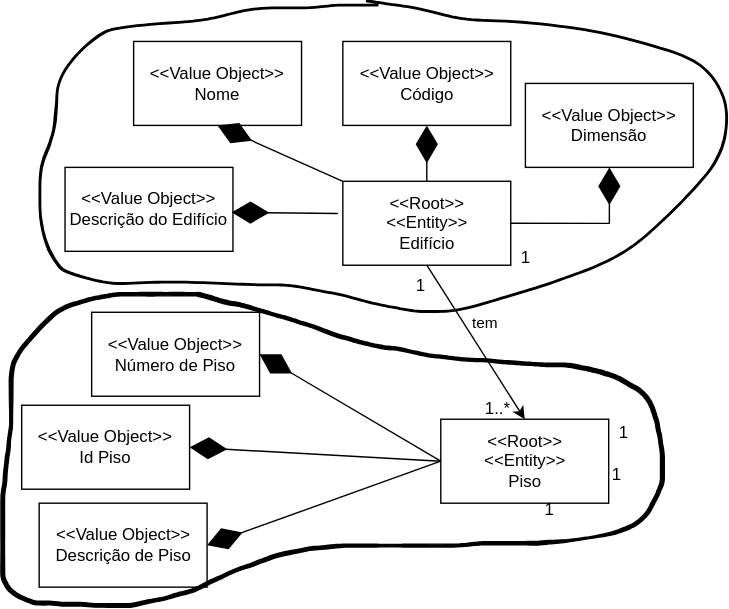
SEM5PI2324G58/sem5pi_g58_23_24 keeps this draw.io diagram as docs/Sprint_A/US190/DM_excerto.svg. Above is the earlier version. Source tidied: cells renumbered, new cells last; positions are measured from the earlier drawing's top-left corner, leaving out a move shared by most shapes. Source of this version:
```xml
<mxGraphModel>
  <root>
    <mxCell id="0" />
    <mxCell id="1" parent="0" />
    <mxCell id="2" value="&amp;lt;&amp;lt;Root&amp;gt;&amp;gt;&lt;br&gt;&amp;lt;&amp;lt;Entity&amp;gt;&amp;gt;&lt;br&gt;Edifício" style="rounded=0;whiteSpace=wrap;html=1;" parent="1" vertex="1">
      <mxGeometry x="244.5" y="128.9" width="120" height="60" as="geometry" />
    </mxCell>
    <mxCell id="3" value="&amp;lt;&amp;lt;Root&amp;gt;&amp;gt;&lt;br&gt;&amp;lt;&amp;lt;Entity&amp;gt;&amp;gt;&lt;br&gt;Piso" style="rounded=0;whiteSpace=wrap;html=1;" parent="1" vertex="1">
      <mxGeometry x="314.5" y="299" width="120" height="60" as="geometry" />
    </mxCell>
    <mxCell id="4" style="endArrow=classic;html=1;rounded=0;entryX=0.5;entryY=0;entryDx=0;entryDy=0;exitX=0.5;exitY=1;exitDx=0;exitDy=0;" parent="1" edge="1" source="2" target="3">
      <mxGeometry relative="1" as="geometry" />
    </mxCell>
    <mxCell id="5" value="tem" style="edgeLabel;html=1;align=center;verticalAlign=middle;labelBackgroundColor=none;" parent="4" vertex="1">
      <mxGeometry x="-0.03" y="1" relative="1" as="geometry">
        <mxPoint x="6" y="-12" as="offset" />
      </mxGeometry>
    </mxCell>
    <mxCell id="6" value="1" style="text;html=1;align=center;verticalAlign=middle;strokeColor=none;fillColor=none;" parent="1" vertex="1">
      <mxGeometry x="284.5" y="188.9" width="30" height="30" as="geometry" />
    </mxCell>
    <mxCell id="7" value="1" style="text;html=1;align=center;verticalAlign=middle;strokeColor=none;fillColor=none;" parent="1" vertex="1">
      <mxGeometry x="359.5" y="169" width="30" height="30" as="geometry" />
    </mxCell>
    <mxCell id="8" value="1" style="text;html=1;align=center;verticalAlign=middle;strokeColor=none;fillColor=none;" parent="1" vertex="1">
      <mxGeometry x="430" y="294" width="30" height="30" as="geometry" />
    </mxCell>
    <mxCell id="9" value="1" style="text;html=1;align=center;verticalAlign=middle;strokeColor=none;fillColor=none;" parent="1" vertex="1">
      <mxGeometry x="377.4" y="349" width="30" height="30" as="geometry" />
    </mxCell>
    <mxCell id="10" value="1..*" style="text;html=1;align=center;verticalAlign=middle;strokeColor=none;fillColor=none;" parent="1" vertex="1">
      <mxGeometry x="335" y="277.1" width="40" height="30" as="geometry" />
    </mxCell>
    <mxCell id="11" value="&amp;lt;&amp;lt;Value Object&amp;gt;&amp;gt;&lt;br style=&quot;border-color: var(--border-color);&quot;&gt;Descrição do Edifício" style="rounded=0;whiteSpace=wrap;html=1;" parent="1" vertex="1">
      <mxGeometry x="46" y="119" width="120" height="60" as="geometry" />
    </mxCell>
    <mxCell id="12" style="endArrow=diamondThin;endFill=1;endSize=24;html=1;rounded=0;exitX=-0.029;exitY=0.384;exitDx=0;exitDy=0;entryX=0.992;entryY=0.536;entryDx=0;entryDy=0;exitPerimeter=0;entryPerimeter=0;" parent="1" edge="1" source="2" target="11">
      <mxGeometry relative="1" as="geometry" />
    </mxCell>
    <mxCell id="13" value="&amp;lt;&amp;lt;Value Object&amp;gt;&amp;gt;&lt;br style=&quot;border-color: var(--border-color);&quot;&gt;Id Piso" style="rounded=0;whiteSpace=wrap;html=1;" parent="1" vertex="1">
      <mxGeometry x="15" y="289" width="120" height="60" as="geometry" />
    </mxCell>
    <mxCell id="14" style="endArrow=diamondThin;endFill=1;endSize=24;html=1;rounded=0;exitX=0;exitY=0.5;exitDx=0;exitDy=0;entryX=1;entryY=0.5;entryDx=0;entryDy=0;" parent="1" edge="1" source="3" target="13">
      <mxGeometry relative="1" as="geometry" />
    </mxCell>
    <mxCell id="15" value="&amp;lt;&amp;lt;Value Object&amp;gt;&amp;gt;&lt;br style=&quot;border-color: var(--border-color);&quot;&gt;Nome" style="rounded=0;whiteSpace=wrap;html=1;" parent="1" vertex="1">
      <mxGeometry x="95" y="29" width="120" height="60" as="geometry" />
    </mxCell>
    <mxCell id="16" style="endArrow=diamondThin;endFill=1;endSize=24;html=1;rounded=0;entryX=0.5;entryY=1;entryDx=0;entryDy=0;exitX=0;exitY=0;exitDx=0;exitDy=0;" parent="1" edge="1" source="2" target="15">
      <mxGeometry relative="1" as="geometry" />
    </mxCell>
    <mxCell id="17" value="&amp;lt;&amp;lt;Value Object&amp;gt;&amp;gt;&lt;br style=&quot;border-color: var(--border-color);&quot;&gt;Código" style="rounded=0;whiteSpace=wrap;html=1;" parent="1" vertex="1">
      <mxGeometry x="244.5" y="29" width="120" height="60" as="geometry" />
    </mxCell>
    <mxCell id="18" style="endArrow=diamondThin;endFill=1;endSize=24;html=1;rounded=0;entryX=0.5;entryY=1;entryDx=0;entryDy=0;exitX=0.5;exitY=0;exitDx=0;exitDy=0;" parent="1" edge="1" source="2" target="17">
      <mxGeometry relative="1" as="geometry" />
    </mxCell>
    <mxCell id="19" value="&amp;lt;&amp;lt;Value Object&amp;gt;&amp;gt;&lt;br style=&quot;border-color: var(--border-color);&quot;&gt;Dimensão" style="rounded=0;whiteSpace=wrap;html=1;" parent="1" vertex="1">
      <mxGeometry x="375" y="59" width="120" height="60" as="geometry" />
    </mxCell>
    <mxCell id="20" style="endArrow=diamondThin;endFill=1;endSize=24;html=1;rounded=0;entryX=0.5;entryY=1;entryDx=0;entryDy=0;exitX=1;exitY=0.5;exitDx=0;exitDy=0;" parent="1" edge="1" source="2" target="19">
      <mxGeometry relative="1" as="geometry">
        <Array as="points">
          <mxPoint x="435" y="159" />
        </Array>
      </mxGeometry>
    </mxCell>
    <mxCell id="21" style="endArrow=diamondThin;endFill=1;endSize=24;html=1;rounded=0;entryX=1;entryY=0.5;entryDx=0;entryDy=0;exitX=0;exitY=0.5;exitDx=0;exitDy=0;" parent="1" edge="1" source="3" target="22">
      <mxGeometry relative="1" as="geometry" />
    </mxCell>
    <mxCell id="22" value="&amp;lt;&amp;lt;Value Object&amp;gt;&amp;gt;&lt;br style=&quot;border-color: var(--border-color);&quot;&gt;Descrição de Piso" style="rounded=0;whiteSpace=wrap;html=1;" parent="1" vertex="1">
      <mxGeometry x="27.5" y="359" width="120" height="60" as="geometry" />
    </mxCell>
    <mxCell id="23" style="shape=(stored shape, 7588 characters);lineShape=1;" parent="1" vertex="1">
      <mxGeometry x="27.5" y="-0.4" width="491.8" height="223" as="geometry" />
    </mxCell>
    <mxCell id="24" value="1" style="text;html=1;align=center;verticalAlign=middle;strokeColor=none;fillColor=none;" parent="1" vertex="1">
      <mxGeometry x="425" y="324" width="30" height="30" as="geometry" />
    </mxCell>
    <mxCell id="25" value="&amp;lt;&amp;lt;Value Object&amp;gt;&amp;gt;&lt;br style=&quot;border-color: var(--border-color);&quot;&gt;Número de Piso" style="rounded=0;whiteSpace=wrap;html=1;" parent="1" vertex="1">
      <mxGeometry x="65" y="222.6" width="120" height="60" as="geometry" />
    </mxCell>
    <mxCell id="26" style="endArrow=diamondThin;endFill=1;endSize=24;html=1;rounded=0;exitX=0;exitY=0.5;exitDx=0;exitDy=0;entryX=1;entryY=0.5;entryDx=0;entryDy=0;" parent="1" edge="1" source="3" target="25">
      <mxGeometry relative="1" as="geometry" />
    </mxCell>
    <mxCell id="27" style="shape=(stored shape, 12052 characters);lineShape=1;" parent="1" vertex="1">
      <mxGeometry x="0.1" y="208.3" width="474.1" height="225" as="geometry" />
    </mxCell>
  </root>
</mxGraphModel>
```
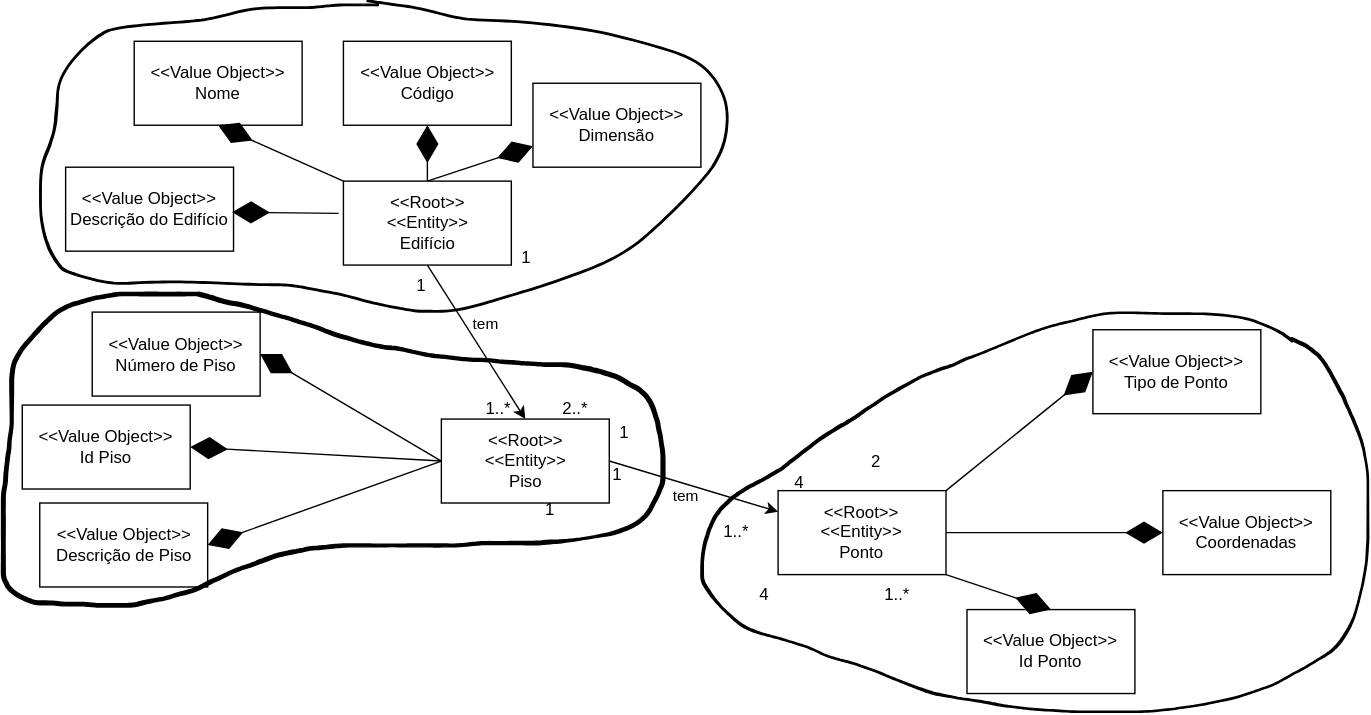
Above is the later version.

The edit, as a diff of the source:
```diff
@@ -2,6 +2,20 @@
   <root>
     <mxCell id="0" />
     <mxCell id="1" parent="0" />
+    <mxCell id="28" value="&amp;lt;&amp;lt;Root&amp;gt;&amp;gt;&lt;br&gt;&amp;lt;&amp;lt;Entity&amp;gt;&amp;gt;&lt;br&gt;Ponto" style="rounded=0;whiteSpace=wrap;html=1;" parent="1" vertex="1">
+      <mxGeometry x="555.2" y="350.2" width="120" height="60" as="geometry" />
+    </mxCell>
+    <mxCell id="29" value="&amp;lt;&amp;lt;Value Object&amp;gt;&amp;gt;&lt;br&gt;Coordenadas" style="rounded=0;whiteSpace=wrap;html=1;" parent="1" vertex="1">
+      <mxGeometry x="830.2" y="350.2" width="120" height="60" as="geometry" />
+    </mxCell>
+    <mxCell id="30" style="endArrow=classic;html=1;rounded=0;entryX=0;entryY=0.25;entryDx=0;entryDy=0;exitX=1;exitY=0.5;exitDx=0;exitDy=0;" parent="1" edge="1" source="3" target="28">
+      <mxGeometry relative="1" as="geometry" />
+    </mxCell>
+    <mxCell id="31" value="tem" style="edgeLabel;html=1;align=center;verticalAlign=middle;labelBackgroundColor=none;" parent="30" vertex="1">
+      <mxGeometry x="-0.1" y="-3" relative="1" as="geometry">
+        <mxPoint x="1" y="5" as="offset" />
+      </mxGeometry>
+    </mxCell>
     <mxCell id="2" value="&amp;lt;&amp;lt;Root&amp;gt;&amp;gt;&lt;br&gt;&amp;lt;&amp;lt;Entity&amp;gt;&amp;gt;&lt;br&gt;Edifício" style="rounded=0;whiteSpace=wrap;html=1;" parent="1" vertex="1">
       <mxGeometry x="244.5" y="128.9" width="120" height="60" as="geometry" />
     </mxCell>
@@ -16,6 +30,12 @@
         <mxPoint x="6" y="-12" as="offset" />
       </mxGeometry>
     </mxCell>
+    <mxCell id="32" value="&amp;lt;&amp;lt;Value Object&amp;gt;&amp;gt;&lt;br style=&quot;border-color: var(--border-color);&quot;&gt;Tipo de Ponto" style="rounded=0;whiteSpace=wrap;html=1;" parent="1" vertex="1">
+      <mxGeometry x="780.2" y="235.2" width="120" height="60" as="geometry" />
+    </mxCell>
+    <mxCell id="33" value="1..*" style="text;html=1;align=center;verticalAlign=middle;strokeColor=none;fillColor=none;" parent="1" vertex="1">
+      <mxGeometry x="620.2" y="410.2" width="40" height="30" as="geometry" />
+    </mxCell>
     <mxCell id="6" value="1" style="text;html=1;align=center;verticalAlign=middle;strokeColor=none;fillColor=none;" parent="1" vertex="1">
       <mxGeometry x="284.5" y="188.9" width="30" height="30" as="geometry" />
     </mxCell>
@@ -25,12 +45,27 @@
     <mxCell id="8" value="1" style="text;html=1;align=center;verticalAlign=middle;strokeColor=none;fillColor=none;" parent="1" vertex="1">
       <mxGeometry x="430" y="294" width="30" height="30" as="geometry" />
     </mxCell>
+    <mxCell id="34" value="1..*" style="text;html=1;align=center;verticalAlign=middle;strokeColor=none;fillColor=none;" parent="1" vertex="1">
+      <mxGeometry x="505.2" y="365.2" width="40" height="30" as="geometry" />
+    </mxCell>
     <mxCell id="9" value="1" style="text;html=1;align=center;verticalAlign=middle;strokeColor=none;fillColor=none;" parent="1" vertex="1">
       <mxGeometry x="377.4" y="349" width="30" height="30" as="geometry" />
     </mxCell>
+    <mxCell id="35" value="4" style="text;html=1;align=center;verticalAlign=middle;strokeColor=none;fillColor=none;" parent="1" vertex="1">
+      <mxGeometry x="555.2" y="330.2" width="30" height="30" as="geometry" />
+    </mxCell>
+    <mxCell id="36" style="endArrow=diamondThin;endFill=1;endSize=24;html=1;rounded=0;exitX=1;exitY=0.5;exitDx=0;exitDy=0;entryX=0;entryY=0.5;entryDx=0;entryDy=0;" parent="1" edge="1" source="28" target="29">
+      <mxGeometry relative="1" as="geometry" />
+    </mxCell>
+    <mxCell id="37" style="endArrow=diamondThin;endFill=1;endSize=24;html=1;rounded=0;exitX=1;exitY=0;exitDx=0;exitDy=0;entryX=0;entryY=0.5;entryDx=0;entryDy=0;" parent="1" edge="1" source="28" target="32">
+      <mxGeometry relative="1" as="geometry" />
+    </mxCell>
     <mxCell id="10" value="1..*" style="text;html=1;align=center;verticalAlign=middle;strokeColor=none;fillColor=none;" parent="1" vertex="1">
       <mxGeometry x="335" y="277.1" width="40" height="30" as="geometry" />
     </mxCell>
+    <mxCell id="38" value="4" style="text;html=1;align=center;verticalAlign=middle;strokeColor=none;fillColor=none;" parent="1" vertex="1">
+      <mxGeometry x="530.2" y="410.2" width="30" height="30" as="geometry" />
+    </mxCell>
     <mxCell id="11" value="&amp;lt;&amp;lt;Value Object&amp;gt;&amp;gt;&lt;br style=&quot;border-color: var(--border-color);&quot;&gt;Descrição do Edifício" style="rounded=0;whiteSpace=wrap;html=1;" parent="1" vertex="1">
       <mxGeometry x="46" y="119" width="120" height="60" as="geometry" />
     </mxCell>
@@ -43,6 +78,15 @@
     <mxCell id="14" style="endArrow=diamondThin;endFill=1;endSize=24;html=1;rounded=0;exitX=0;exitY=0.5;exitDx=0;exitDy=0;entryX=1;entryY=0.5;entryDx=0;entryDy=0;" parent="1" edge="1" source="3" target="13">
       <mxGeometry relative="1" as="geometry" />
     </mxCell>
+    <mxCell id="39" value="&amp;lt;&amp;lt;Value Object&amp;gt;&amp;gt;&lt;br style=&quot;border-color: var(--border-color);&quot;&gt;Id Ponto" style="rounded=0;whiteSpace=wrap;html=1;" parent="1" vertex="1">
+      <mxGeometry x="690.2" y="435.2" width="120" height="60" as="geometry" />
+    </mxCell>
+    <mxCell id="40" style="endArrow=diamondThin;endFill=1;endSize=24;html=1;rounded=0;exitX=1;exitY=1;exitDx=0;exitDy=0;entryX=0.5;entryY=0;entryDx=0;entryDy=0;" parent="1" edge="1" source="28" target="39">
+      <mxGeometry relative="1" as="geometry" />
+    </mxCell>
+    <mxCell id="41" style="shape=(stored shape, 13532 characters);lineShape=1;" parent="1" vertex="1">
+      <mxGeometry x="500" y="222.6" width="477.3" height="286.1" as="geometry" />
+    </mxCell>
     <mxCell id="15" value="&amp;lt;&amp;lt;Value Object&amp;gt;&amp;gt;&lt;br style=&quot;border-color: var(--border-color);&quot;&gt;Nome" style="rounded=0;whiteSpace=wrap;html=1;" parent="1" vertex="1">
       <mxGeometry x="95" y="29" width="120" height="60" as="geometry" />
     </mxCell>
@@ -56,14 +100,10 @@
       <mxGeometry relative="1" as="geometry" />
     </mxCell>
     <mxCell id="19" value="&amp;lt;&amp;lt;Value Object&amp;gt;&amp;gt;&lt;br style=&quot;border-color: var(--border-color);&quot;&gt;Dimensão" style="rounded=0;whiteSpace=wrap;html=1;" parent="1" vertex="1">
-      <mxGeometry x="375" y="59" width="120" height="60" as="geometry" />
+      <mxGeometry x="380" y="59" width="120" height="60" as="geometry" />
     </mxCell>
-    <mxCell id="20" style="endArrow=diamondThin;endFill=1;endSize=24;html=1;rounded=0;entryX=0.5;entryY=1;entryDx=0;entryDy=0;exitX=1;exitY=0.5;exitDx=0;exitDy=0;" parent="1" edge="1" source="2" target="19">
-      <mxGeometry relative="1" as="geometry">
-        <Array as="points">
-          <mxPoint x="435" y="159" />
-        </Array>
-      </mxGeometry>
+    <mxCell id="20" style="endArrow=diamondThin;endFill=1;endSize=24;html=1;rounded=0;entryX=0;entryY=0.75;entryDx=0;entryDy=0;exitX=0.5;exitY=0;exitDx=0;exitDy=0;" parent="1" edge="1" source="2" target="19">
+      <mxGeometry relative="1" as="geometry" />
     </mxCell>
     <mxCell id="21" style="endArrow=diamondThin;endFill=1;endSize=24;html=1;rounded=0;entryX=1;entryY=0.5;entryDx=0;entryDy=0;exitX=0;exitY=0.5;exitDx=0;exitDy=0;" parent="1" edge="1" source="3" target="22">
       <mxGeometry relative="1" as="geometry" />
@@ -71,6 +111,9 @@
     <mxCell id="22" value="&amp;lt;&amp;lt;Value Object&amp;gt;&amp;gt;&lt;br style=&quot;border-color: var(--border-color);&quot;&gt;Descrição de Piso" style="rounded=0;whiteSpace=wrap;html=1;" parent="1" vertex="1">
       <mxGeometry x="27.5" y="359" width="120" height="60" as="geometry" />
     </mxCell>
+    <mxCell id="42" value="2" style="text;html=1;align=center;verticalAlign=middle;strokeColor=none;fillColor=none;" parent="1" vertex="1">
+      <mxGeometry x="610.2" y="315.2" width="30" height="30" as="geometry" />
+    </mxCell>
     <mxCell id="23" style="shape=(stored shape, 7588 characters);lineShape=1;" parent="1" vertex="1">
       <mxGeometry x="27.5" y="-0.4" width="491.8" height="223" as="geometry" />
     </mxCell>
@@ -86,5 +129,8 @@
     <mxCell id="27" style="shape=(stored shape, 12052 characters);lineShape=1;" parent="1" vertex="1">
       <mxGeometry x="0.1" y="208.3" width="474.1" height="225" as="geometry" />
     </mxCell>
+    <mxCell id="43" value="2..*" style="text;html=1;align=center;verticalAlign=middle;strokeColor=none;fillColor=none;" parent="1" vertex="1">
+      <mxGeometry x="390" y="277.1" width="40" height="30" as="geometry" />
+    </mxCell>
   </root>
 </mxGraphModel>
```
